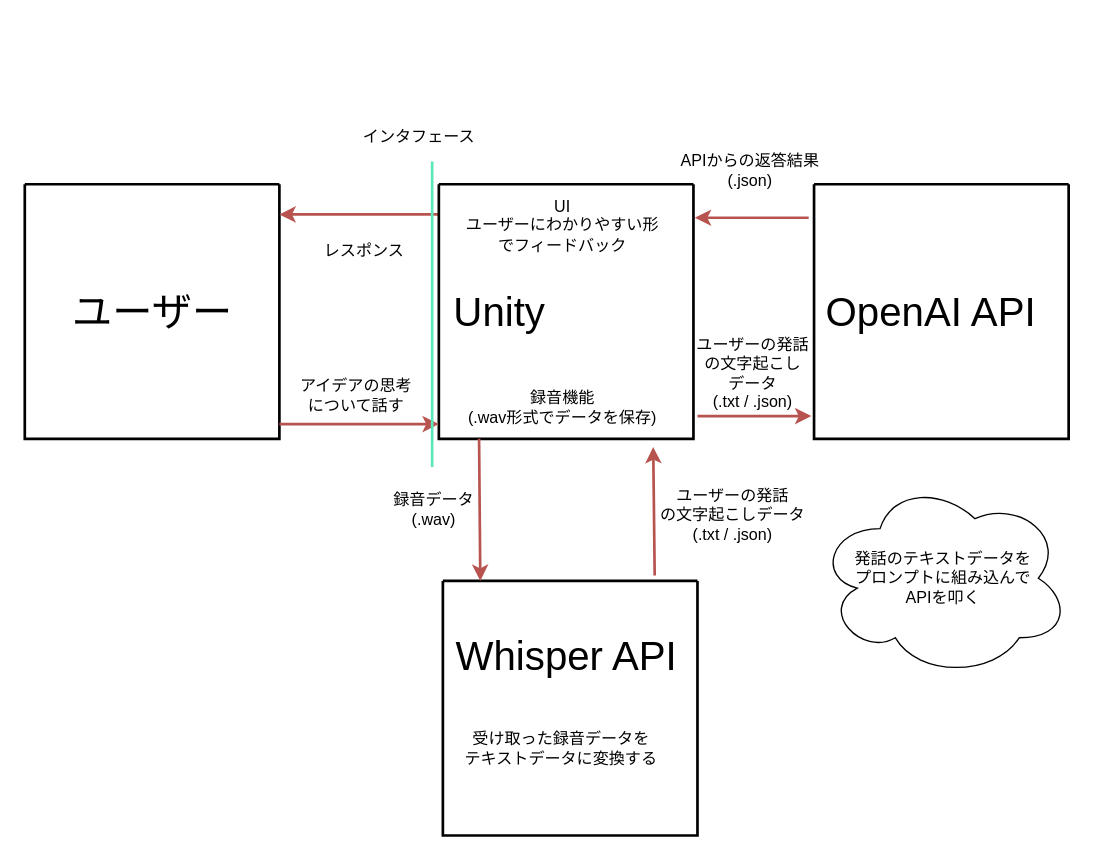
This is 名称未設定ファイル.drawio from H-haruki-20/MODNet, a draw.io file, before an edit. Source tidied: cells renumbered, new cells numbered last; positions are measured from the earlier drawing's top-left corner, leaving out a move shared by most shapes. Both pictures are drawn from the tidied source at 134%, with x=0, y=0 at pixel (24, 119).
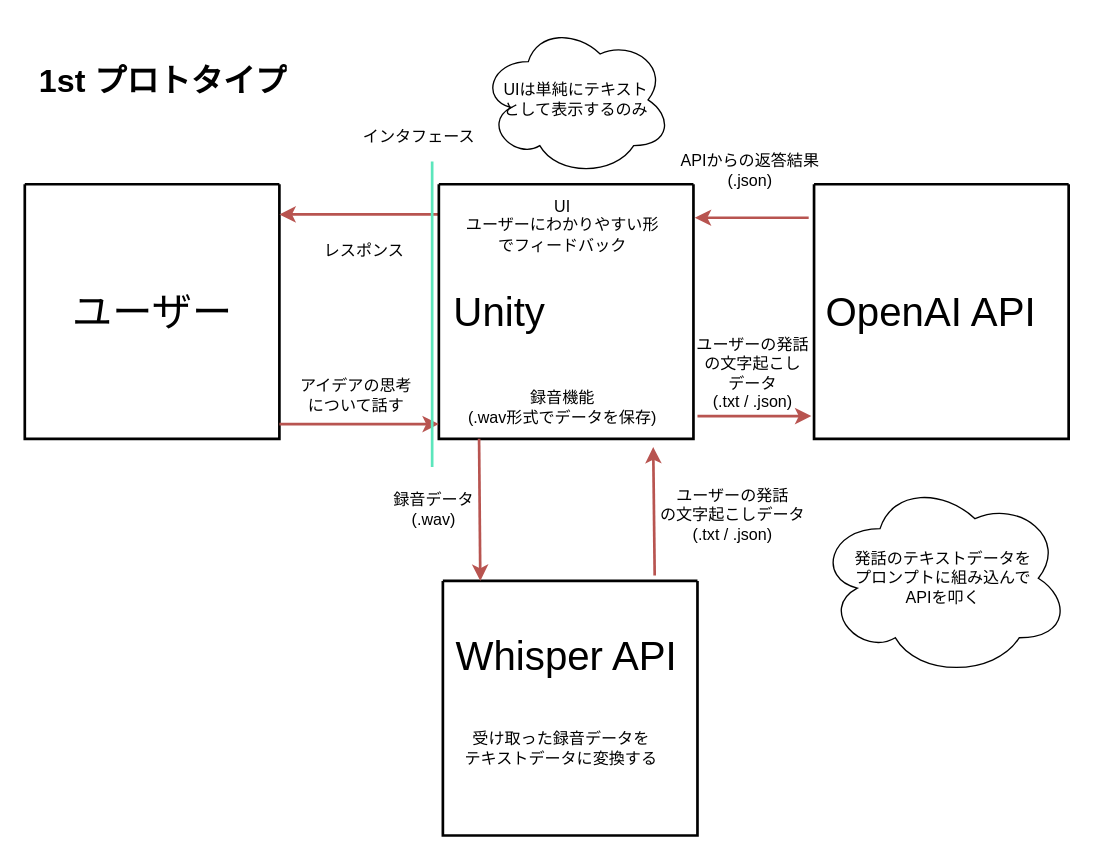
After the change.

Commit message:
名称未設定ファイル.drawio を更新します

What changed in the source:
```diff
@@
+    <mxCell id="28" value="&lt;h1&gt;1st プロトタイプ&lt;/h1&gt;" style="text;html=1;strokeColor=none;fillColor=none;spacing=5;spacingTop=-20;whiteSpace=wrap;overflow=hidden;rounded=0;" parent="1" vertex="1">
+      <mxGeometry x="6" y="-48" width="277" height="41" as="geometry" />
+    </mxCell>
+    <mxCell id="29" value="UIは単純にテキスト&lt;br&gt;として表示するのみ" style="ellipse;shape=cloud;whiteSpace=wrap;html=1;" parent="1" vertex="1">
+      <mxGeometry x="340" y="-72" width="143" height="114" as="geometry" />
+    </mxCell>
```
